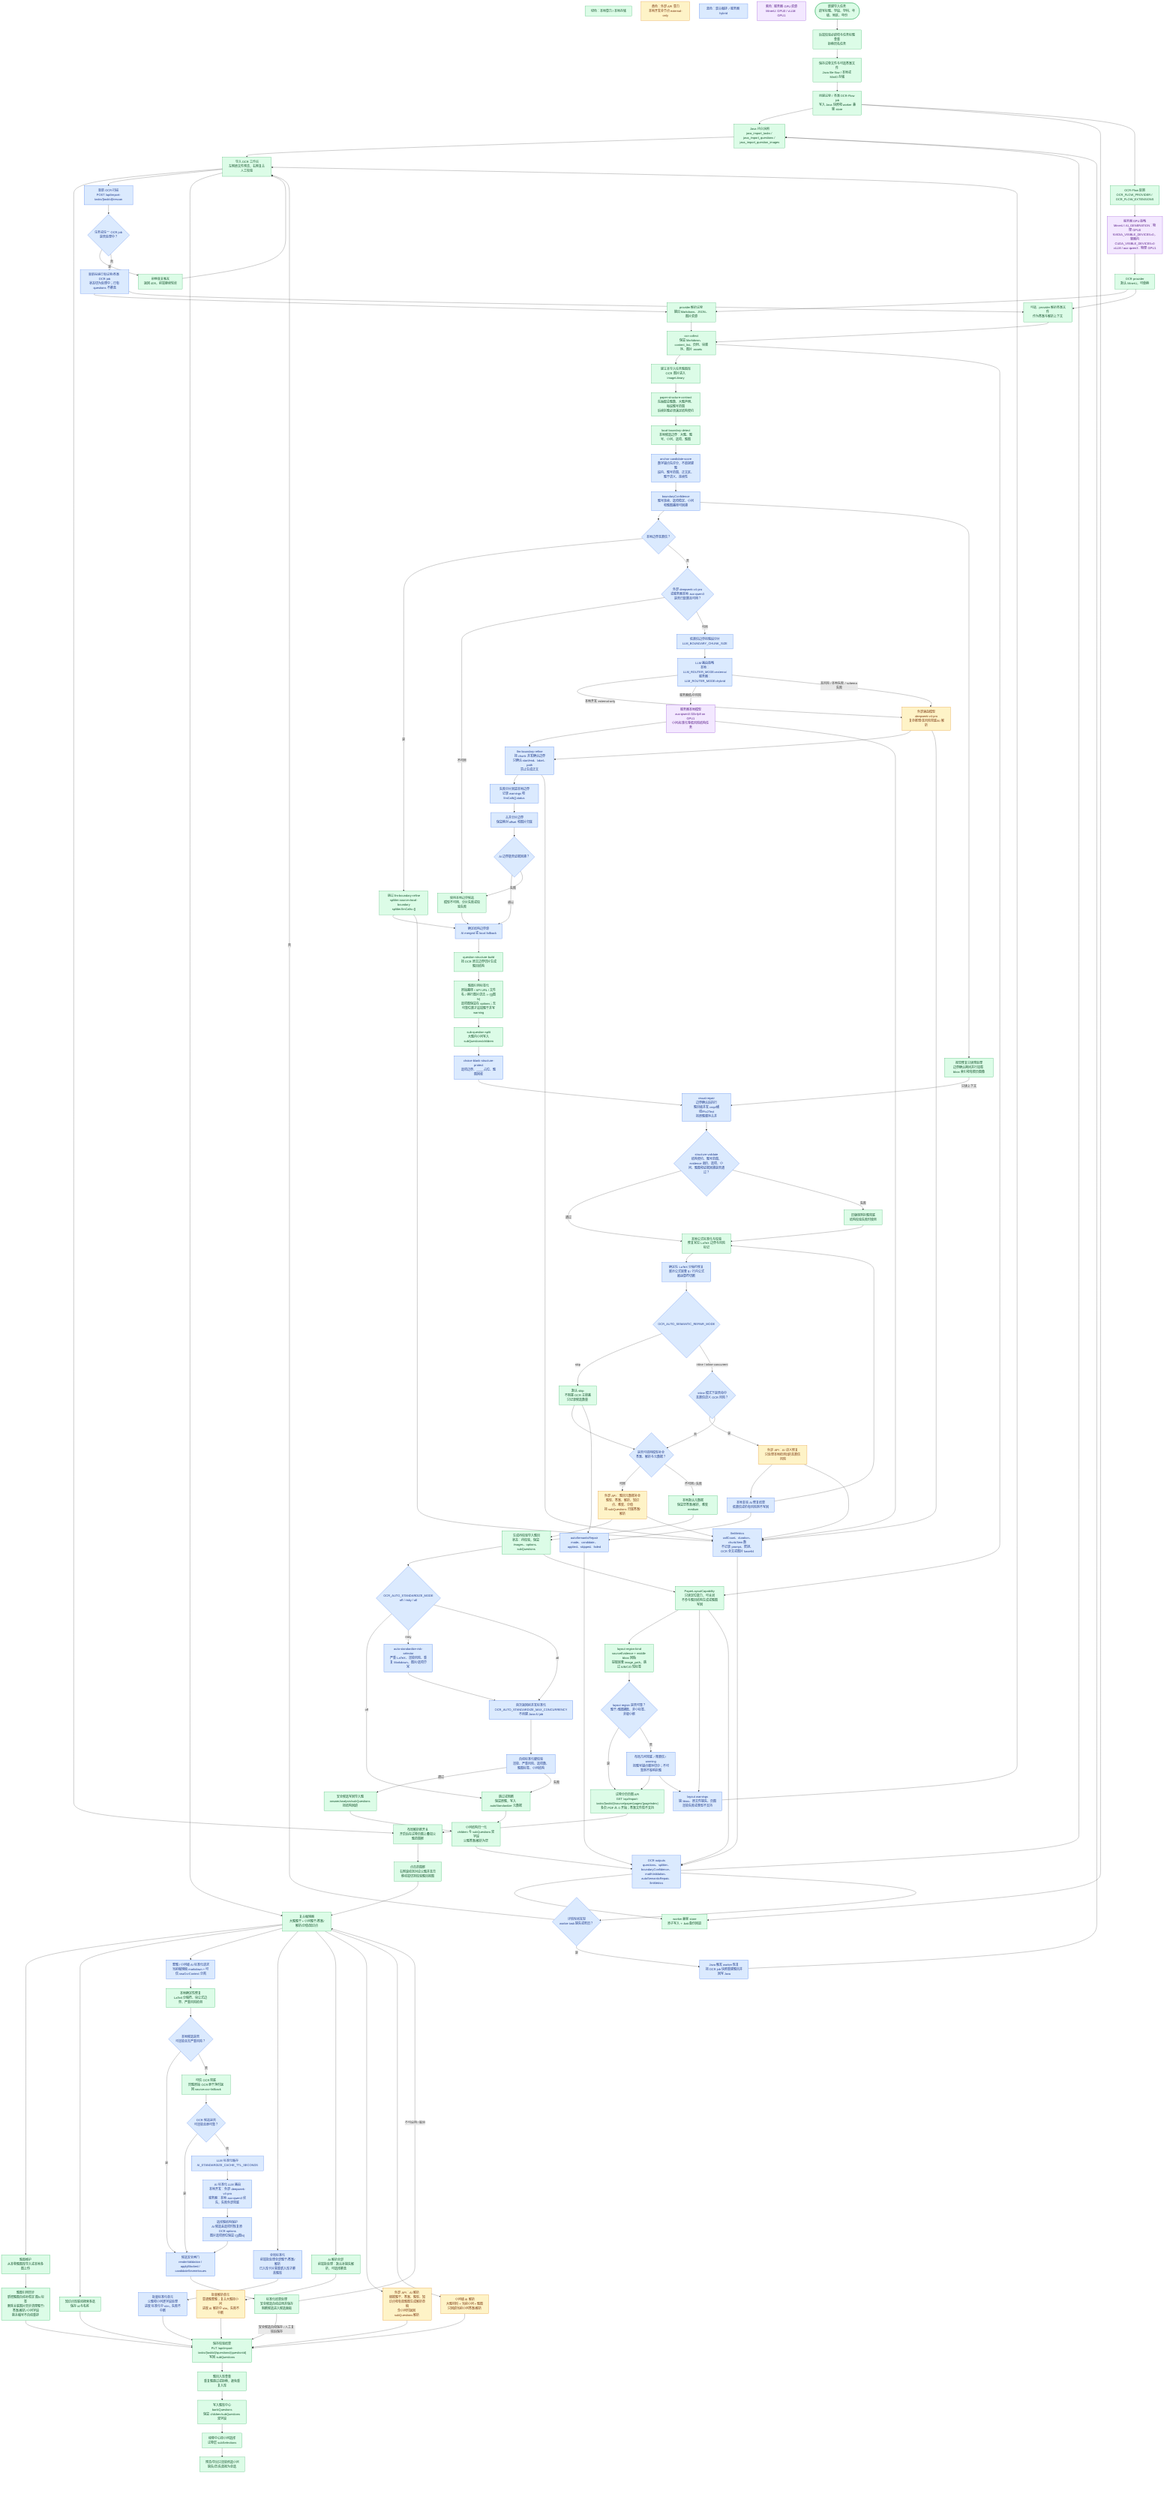
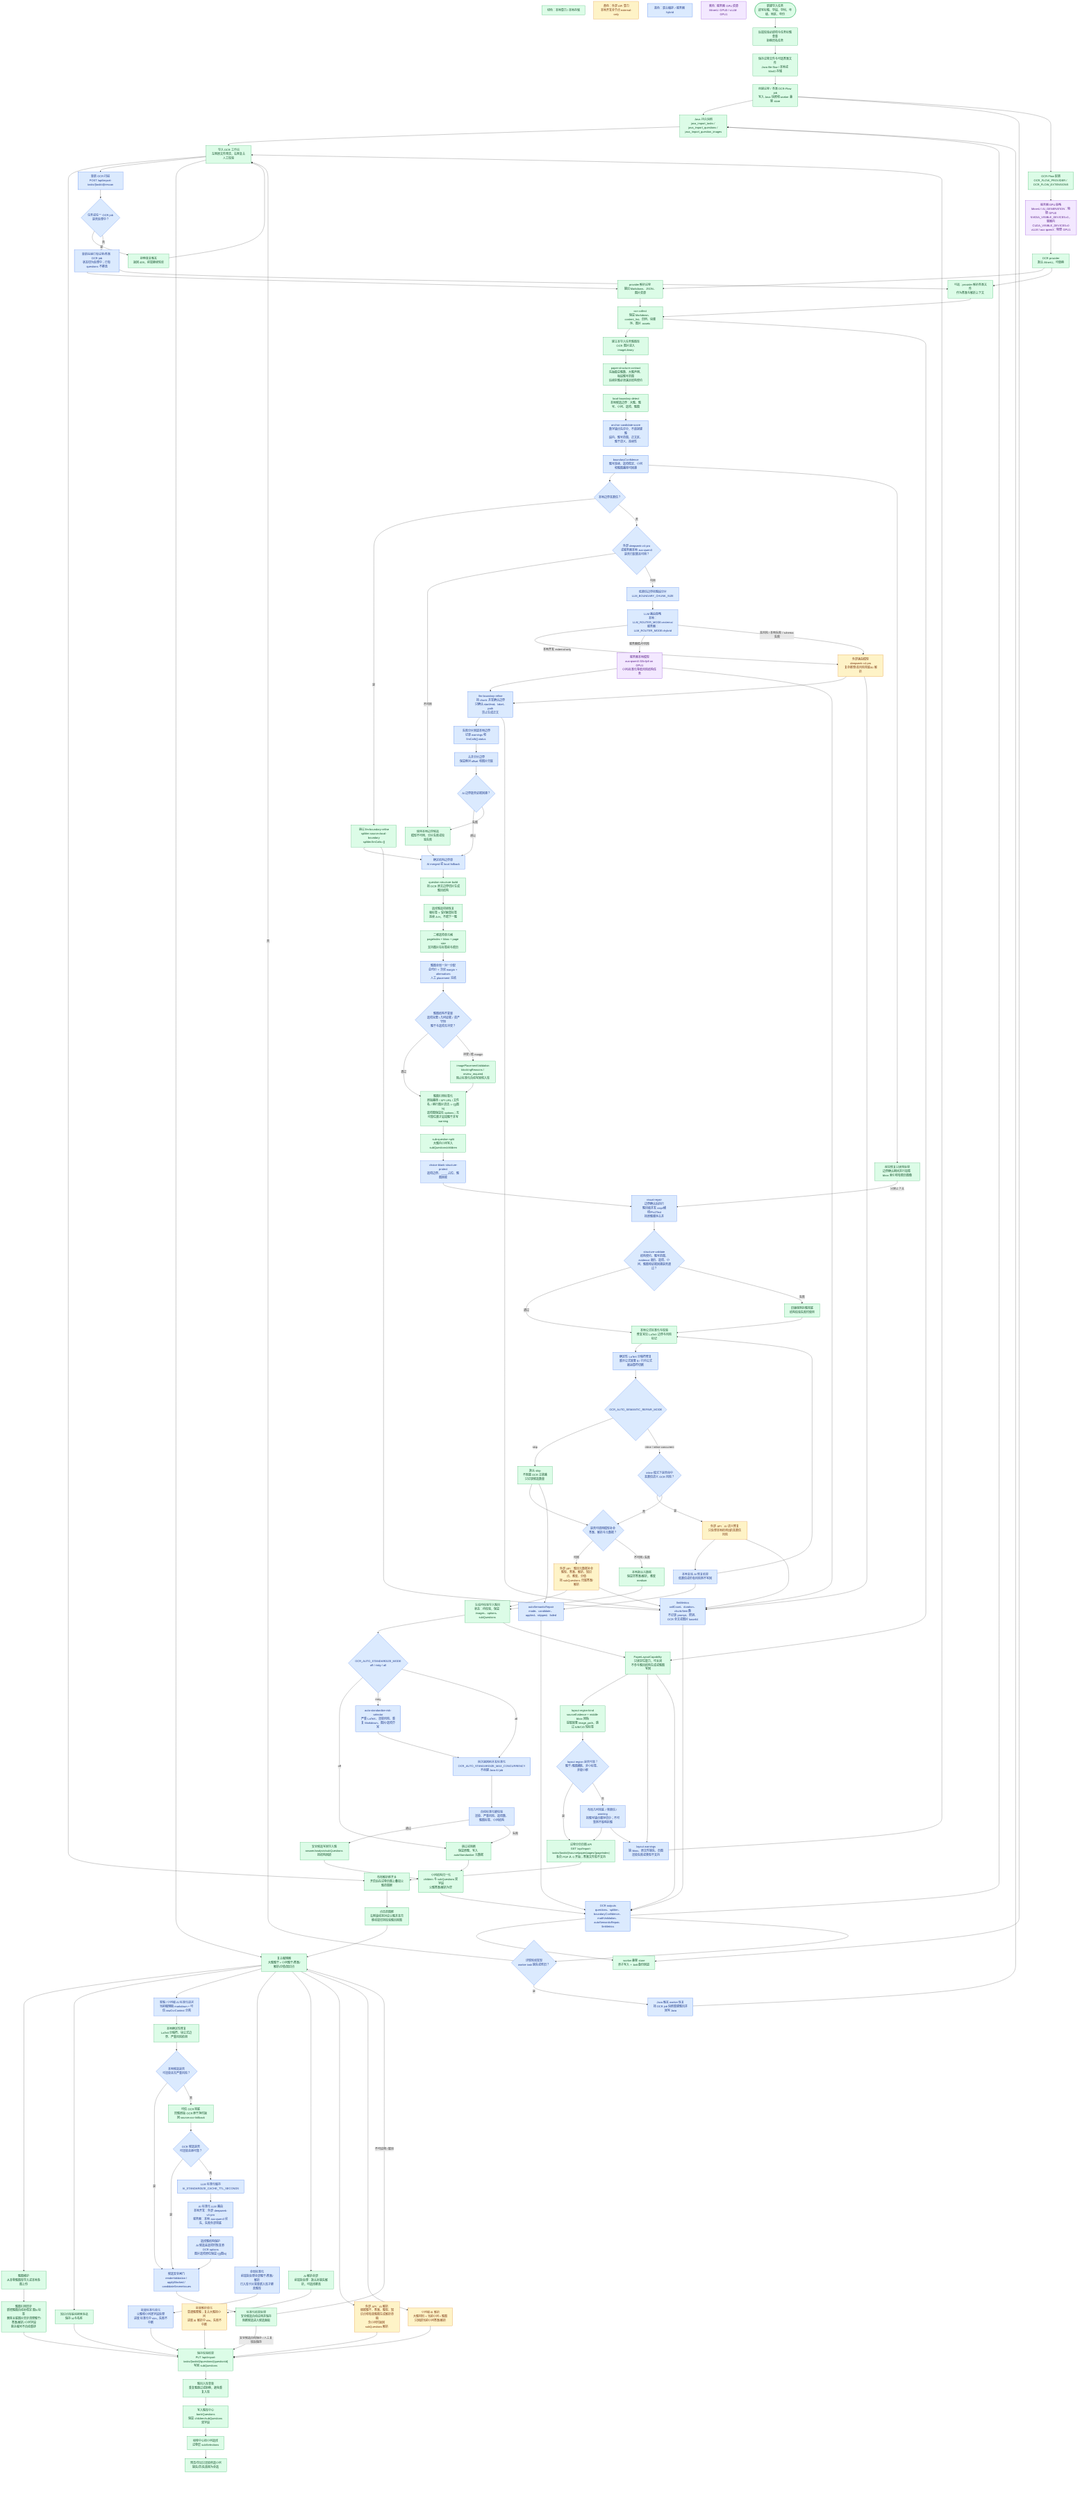
- %% Version: 2026-07-10 / product v16 / GlobalStandardize
+ %% Version: 2026-07-13 / product v17 / LayoutChoiceAssignment
%% Status: current-primary
%% Scope: authoritative end-to-end OCR-Flow algorithm, structure contract, LLM routing, first-return auto standardization, review, layout overlay isolation, rescan, global standardization, and AI assistance flow.
flowchart TD
  LegendLocal["绿色：本地算力 / 本地存储"]:::local
  LegendExternal["黄色：外部 API 算力<br/>本地开发全节点 external-only"]:::external
  LegendMixed["蓝色：混合编排 / 服务器 hybrid"]:::mixed
  LegendGpu["紫色：服务器 GPU 资源<br/>MinerU: GPU0 / vLLM: GPU1"]:::gpu

  Start(["新建导入任务<br/>填写标题、学段、学科、年级、地区、年份"]):::local
  Validate["后端校验必填项与任务标题查重<br/>拒绝同名任务"]:::local
  Upload["保存试卷文件与可选答案文件<br/>Java file-flow / 本地或 MinIO 存储"]:::local
  Jobs["创建试卷 / 答案 OCR-Flow job<br/>写入 Java 快照和 worker 兼容 store"]:::local
  JavaSnapshot["Java 持久快照<br/>java_import_tasks / java_import_questions / java_import_question_images"]:::local
  WorkerSafeStore["worker 兼容 store<br/>原子写入 + .bak 备份回退"]:::local
  FlowConfig["OCR-Flow 配置<br/>OCR_FLOW_PROVIDER / OCR_FLOW_EXTENSIONS"]:::local
  GpuPolicy["服务器 GPU 策略<br/>MinerU / AI_GENERATION：物理 GPU0<br/>NVIDIA_VISIBLE_DEVICES=0，容器内 CUDA_VISIBLE_DEVICES=0<br/>vLLM / aux-qwen3：物理 GPU1"]:::gpu
  Provider["OCR provider<br/>默认 MinerU，可替换"]:::local
  OcrPaper["provider 解析试卷<br/>输出 Markdown、JSON、图片资源"]:::local
  OcrAnswer["可选：provider 解析答案文件<br/>作为答案与解析上下文"]:::local
  Collect["ocr-collect<br/>保留 Markdown、content_list、页码、块顺序、图片 assets"]:::local
  ImageLibrary["建立本导入任务题图库<br/>OCR 图片进入 imageLibrary"]:::local

  StructureContract["paper-structure-contract<br/>先抽取总题数、大题声明、每段题号范围<br/>后续拆题必须满足结构契约"]:::local
  LocalBoundary["local-boundary-detect<br/>本地候选边界：大题、题号、小问、选项、题图"]:::local
  AnchorScore["anchor-candidate-score<br/>数字锚点先评分，不直接建题<br/>段内、题号范围、正文区、题干语义、连续性"]:::mixed
  BoundaryConfidence["boundaryConfidence<br/>题号连续、选项稳定、小问和题图路径可回溯"]:::mixed
  BoundaryHigh{"本地边界高置信？"}:::mixed
  BoundarySkip["跳过 llm-boundary-refine<br/>splitter.source=local-boundary<br/>splitter.llmCalls=[]"]:::local
  LlmAvailable{"外部 deepseek-v4-pro<br/>或服务器本地 aux-qwen3<br/>是否已配置且可用？"}:::mixed
  BoundaryChunks["低置信边界按题段分片<br/>LLM_BOUNDARY_CHUNK_SIZE"]:::mixed
  LlmRoutePolicy["LLM 路由策略<br/>本地：LLM_ROUTER_MODE=external<br/>服务器：LLM_ROUTER_MODE=hybrid"]:::mixed
  LocalAuxModel["服务器本地模型<br/>aux-qwen3-32b-fp8 on GPU1<br/>小问/标准化等低风险结构任务"]:::gpu
  ExternalFullModel["外部满血模型<br/>deepseek-v4-pro<br/>复杂推理/高风险兜底/AI 解析"]:::external
  VisualRepairPreload["视觉修复只读预处理<br/>边界确认期间并行加载 bbox 索引和有限页图像"]:::local
  LlmBoundary["llm-boundary-refine<br/>按 chunk 并发确认边界<br/>只确认 start/end、label、path<br/>禁止生成正文"]:::mixed
  ChunkFallback["失败分片回退本地边界<br/>记录 warnings 和 llmCalls[].status"]:::mixed
  MergeBoundary["合并分片边界<br/>保留绝对 offset 和图片归属"]:::mixed
  BoundaryValidate{"AI 边界能否证据回溯？"}:::mixed
  BoundaryLocalFallback["使用本地边界候选<br/>模型不可用、分片失败或校验失败"]:::local
  BoundarySource["确定结构边界源<br/>AI merged 或 local fallback"]:::mixed

  BuildByEvidence["question-structure-build<br/>按 OCR 原文边界切片生成题目结构"]:::local
+   ChoiceSequence["选择题选项链恢复<br/>强标签 + 受约束弱标签<br/>连续 A-H，不跨下一题"]:::local
+   ChoiceLayout["二维选项单元格<br/>pageIndex + bbox + page size<br/>支持图片在标签前与跨页"]:::local
+   GlobalImageAssignment["题图全局一对一分配<br/>总代价 + 次优 margin + alternatives<br/>人工 placement 冻结"]:::mixed
+   PlacementInvariant{"题图结构不变量<br/>选项完整 / 几何证据 / 资产守恒<br/>题干与选项无冲突？"}:::mixed
+   PlacementReview["imagePlacementValidation<br/>blockingReasons / review_required<br/>阻止标准化自动写回和入库"]:::local
  ImageCanonical["题图引用标签化<br/>原始路径 / API URL / 文件名 / 换行图片语法 -> ![](图N)<br/>选项图保留在 options；无可靠位置才追加题干并写 warning"]:::local
  SubSplit["sub-question-split<br/>大题内小问写入 subQuestions/children"]:::local
  ChoiceBlankProtect["choice-blank-structure-protect<br/>选项边界、____ 占位、题图回收"]:::mixed
  VisualRepair["visual-repair<br/>边界确认后执行<br/>题目级并发 crop/横线/Pix2Text<br/>按原题顺序合并"]:::mixed
  StructureValidate{"structure-validate<br/>结构契约、题号范围、evidence 起点、选项、小问、题图和证据回溯是否通过？"}:::mixed
  RuleFallback["旧版规则拆题兜底<br/>结构校验失败时使用"]:::local

  MathNormalize["本地公式标准化与校验<br/>修复常见 LaTeX 边界与风险标记"]:::local
  LatexDelimiter["确定性 LaTeX 分隔符修复<br/>展示公式嵌套 $ / 行内公式被运算符切断"]:::mixed
  AutoRepairMode{"OCR_AUTO_SEMANTIC_REPAIR_MODE"}:::mixed
  AutoRepairSkip["默认 skip<br/>不阻塞 OCR 主链路<br/>只记录候选数量"]:::local
  SemanticRisk{"inline 模式下是否命中<br/>高置信语义 OCR 风险？"}:::mixed
  SemanticApi["外部 API：AI 语义修复<br/>只处理本地检测出的高置信风险"]:::external
  SemanticVerify["本地复核 AI 修复结果<br/>低置信或仍有风险则不写回"]:::mixed

  MetadataDecision{"是否可调用模型补全<br/>答案、解析与元数据？"}:::mixed
  MetadataApi["外部 API：题目元数据补全<br/>题型、答案、解析、知识点、难度、分值<br/>按 subQuestions 归属答案/解析"]:::external
  MetadataFallback["本地默认元数据<br/>保留空答案/解析，难度 medium"]:::local
  BuildQuestions["生成待校验导入题目<br/>状态：待校验，保留 images、options、subQuestions"]:::local
  AutoStdMode{"OCR_AUTO_STANDARDIZE_MODE<br/>off / risky / all"}:::mixed
  AutoStdRisk["auto-standardize-risk-selector<br/>严重 LaTeX、渲染风险、重复 Markdown、图片/选项异常"]:::mixed
  AutoStdConcurrent["首次返回前并发标准化<br/>OCR_AUTO_STANDARDIZE_MAX_CONCURRENCY<br/>不创建 Java AI job"]:::mixed
  AutoStdGate["自动标准化硬校验<br/>渲染、严重风险、选项数、题图标签、小问结构"]:::mixed
  AutoStdApply["安全候选写回导入题<br/>answer/analysis/subQuestions 按结构回填"]:::local
  AutoStdSkip["跳过或阻断<br/>保留原题，写入 autoStandardize 元数据"]:::local
  PaperLayoutBuild["PaperLayoutCapability<br/>只读定位能力，可关闭<br/>不参与题目结构生成或题图写回"]:::local
  PaperLayoutBind["layout-region-bind<br/>sourceEvidence + middle bbox 回贴<br/>提取嵌套 image_path，跳过 A/B/C/D 短标签"]:::local
  PaperLayoutReliable{"layout region 是否可靠？<br/>题干/题图覆盖、非小标签、非极小框"}:::mixed
  PaperLayoutFallback["布局几何兜底 / 降置信 / warning<br/>按题号锚点顺序切分；不可靠则不影响拆题"]:::mixed
  PaperPageApi["试卷分页页图 API<br/>GET /api/import-tasks/{taskId}/source/paper/pages/{pageIndex}<br/>多页 PDF 从 0 开始；答案文件暂不支持"]:::local
  PaperLayoutWarnings["layout warnings<br/>缺 bbox、原文件缺失、页图渲染失败或类型不支持"]:::mixed
  SubQuestionNormalize["小问结构归一化<br/>children 与 subQuestions 双字段<br/>父题答案/解析为空"]:::local
  AutoRepairSummary["autoSemanticRepair<br/>mode、candidate、applied、skipped、failed"]:::mixed
  LlmMetrics["llmMetrics<br/>callCount、duration、chunk/item 数<br/>不记录 prompt、密钥、OCR 全文或图片 base64"]:::mixed
  OcrOutputs["OCR outputs<br/>questions、splitter、boundaryConfidence、mathValidation、autoSemanticRepair、llmMetrics"]:::mixed
  DetailRecovery{"详情轮询发现<br/>worker task 缺失或陈旧？"}:::mixed
  RecoverFromOcr["Java 触发 worker 恢复<br/>按 OCR job 快照重建题目并回写 Java"]:::mixed

  Workbench["导入 OCR 工作台<br/>左侧原文件预览，右侧复合人工校验"]:::local
  LayoutToggle["布局解析框开关<br/>开启后在试卷页图上叠加父题范围框"]:::local
  LayoutClick["点击范围框<br/>右侧滚动到对应父题并高亮<br/>移动端切到校验题目视图"]:::local
  RescanRequest["重新 OCR 扫描<br/>POST /api/import-tasks/{taskId}/rescan"]:::mixed
  RescanGuard{"任务或任一 OCR job<br/>是否处理中？"}:::mixed
  RescanReject["拒绝重复触发<br/>返回 409，前端继续轮询"]:::local
  RescanRetry["重新投递已有试卷/答案 OCR job<br/>状态切为处理中；已有 questions 不覆盖"]:::mixed
  ManualEdit["复合编辑器<br/>大题题干 + 小问题干/答案/解析/分值/知识点"]:::local
  BatchStdAll["全局标准化<br/>前端批处理全部题干/答案/解析<br/>已入库卡片需重新入库才覆盖题库"]:::mixed
  BatchStdUnits["批量标准化单元<br/>父题和小问逐字段处理<br/>进度 标准化中 n/m，失败不中断"]:::mixed
  BatchAiAll["AI 解析全部<br/>前端批处理：默认补缺失解析，可选择覆盖"]:::local
  BatchAiUnits["批量解析单元<br/>普通题整题；复合大题按小问<br/>进度 AI 解析中 n/m，失败不中断"]:::external
  AddImages["题图维护<br/>从本卷题图库导入或本地多图上传"]:::local
  ImageMarkdown["题图引用同步<br/>新增题图自动补稳定 图N 标签<br/>删除关联图片同步清理题干/答案/解析/小问字段<br/>剩余编号不自动重排"]:::local
  KnowledgePick["知识点库联动搜索多选<br/>保存 id 与名称"]:::local

  StdStart["整题 / 小问级 AI 标准化请求<br/>当前编辑稿 markdown + 可信 rawOcrContext 分离"]:::mixed
  StdLocal["本地确定性修复<br/>LaTeX 分隔符、块公式边界、严重风险检测"]:::local
  StdLocalSafe{"本地候选是否<br/>可渲染且无严重风险？"}:::mixed
  StdOcr["可信 OCR 兜底<br/>同题原始 OCR 更干净时返回 source=ocr-fallback"]:::local
  StdOcrSafe{"OCR 候选是否<br/>可渲染且更可靠？"}:::mixed
  StdCache["LLM 标准化缓存<br/>AI_STANDARDIZE_CACHE_TTL_SECONDS"]:::mixed
  StdApi["AI 标准化 LLM 路由<br/>本地开发：外部 deepseek-v4-pro<br/>服务器：本地 aux-qwen3 优先，失败外部兜底"]:::mixed
  StdChoiceGuard["选择题结构保护<br/>AI 候选丢选项时恢复原 OCR options<br/>图片选项原位保留 ![](图N)"]:::mixed
  StdGate["候选安全闸门<br/>renderValidation / applyBlocked / candidateSevereIssues"]:::mixed
  StdPanel["标准化结果处理<br/>安全候选自动应用并保存<br/>阻断候选进入候选面板"]:::local

  AiAnalysis["外部 API：AI 解析<br/>根据题干、答案、题型、知识点和有效题图生成解析草稿<br/>含小问时返回 subQuestions 解析"]:::external
  SubAiAnalysis["小问级 AI 解析<br/>大题材料 + 当前小问 + 题图<br/>只回填当前小问答案/解析"]:::external
  SaveReview["保存校验结果<br/>PUT /api/import-tasks/{taskId}/questions/{questionId}<br/>写回 subQuestions"]:::local
  BankDedup["题目入库查重<br/>重复题跳过或拒绝，避免重复入库"]:::local
  Bank["写入题库中心 bankQuestions<br/>保留 children/subQuestions 双字段"]:::local
  PaperSelect["组卷中心按小问选择<br/>试卷层 subSelections"]:::local
  PaperPreview["预览/导出只渲染所选小问<br/>缺失/空/失效视为全选"]:::local

  Start --> Validate --> Upload --> Jobs
  Jobs --> JavaSnapshot
  Jobs --> WorkerSafeStore
  Jobs --> FlowConfig --> GpuPolicy --> Provider
  Provider --> OcrPaper --> Collect
  Provider --> OcrAnswer --> Collect
  Collect --> ImageLibrary --> StructureContract --> LocalBoundary --> AnchorScore --> BoundaryConfidence --> BoundaryHigh
  BoundaryConfidence --> VisualRepairPreload
  BoundaryHigh -- "是" --> BoundarySkip --> BoundarySource
  BoundaryHigh -- "否" --> LlmAvailable
  LlmAvailable -- "不可用" --> BoundaryLocalFallback --> BoundarySource
  LlmAvailable -- "可用" --> BoundaryChunks --> LlmRoutePolicy
  LlmRoutePolicy -- "本地开发 external-only" --> ExternalFullModel --> LlmBoundary
  LlmRoutePolicy -- "服务器低/中风险" --> LocalAuxModel --> LlmBoundary
  LlmRoutePolicy -- "高风险 / 本地失败 / schema 失败" --> ExternalFullModel
  LlmBoundary --> ChunkFallback --> MergeBoundary --> BoundaryValidate
  BoundaryValidate -- "通过" --> BoundarySource
  BoundaryValidate -- "失败" --> BoundaryLocalFallback
  BoundarySource --> BuildByEvidence
-   BuildByEvidence --> ImageCanonical --> SubSplit --> ChoiceBlankProtect --> VisualRepair --> StructureValidate
+   BuildByEvidence --> ChoiceSequence --> ChoiceLayout --> GlobalImageAssignment --> PlacementInvariant
+   PlacementInvariant -- "通过" --> ImageCanonical
+   PlacementInvariant -- "冲突 / 低 margin" --> PlacementReview --> ImageCanonical
+   ImageCanonical --> SubSplit --> ChoiceBlankProtect --> VisualRepair --> StructureValidate
  VisualRepairPreload -- "只读上下文" --> VisualRepair
  StructureValidate -- "通过" --> MathNormalize
  StructureValidate -- "失败" --> RuleFallback --> MathNormalize
  MathNormalize --> LatexDelimiter --> AutoRepairMode
  AutoRepairMode -- "skip" --> AutoRepairSkip --> MetadataDecision
  AutoRepairMode -- "inline / inline-concurrent" --> SemanticRisk
  SemanticRisk -- "是" --> SemanticApi --> SemanticVerify --> MathNormalize
  SemanticRisk -- "否" --> MetadataDecision
  MetadataDecision -- "可用" --> MetadataApi --> BuildQuestions
  MetadataDecision -- "不可用 / 失败" --> MetadataFallback --> BuildQuestions
  BuildQuestions --> AutoStdMode
  AutoStdMode -- "off" --> AutoStdSkip --> SubQuestionNormalize
  AutoStdMode -- "risky" --> AutoStdRisk --> AutoStdConcurrent
  AutoStdMode -- "all" --> AutoStdConcurrent
  AutoStdConcurrent --> AutoStdGate
  AutoStdGate -- "通过" --> AutoStdApply --> SubQuestionNormalize
  AutoStdGate -- "失败" --> AutoStdSkip
  SubQuestionNormalize --> OcrOutputs
  BuildQuestions --> PaperLayoutBuild
  Collect --> PaperLayoutBuild
  PaperLayoutBuild --> PaperLayoutBind --> PaperLayoutReliable
  PaperLayoutReliable -- "是" --> PaperPageApi
  PaperLayoutReliable -- "否" --> PaperLayoutFallback --> PaperPageApi
  PaperLayoutFallback --> PaperLayoutWarnings
  PaperLayoutBuild --> PaperLayoutWarnings
  PaperLayoutBuild --> OcrOutputs
  BoundarySkip --> LlmMetrics
  LlmBoundary --> LlmMetrics
  LocalAuxModel --> LlmMetrics
  ExternalFullModel --> LlmMetrics
  SemanticApi --> LlmMetrics
  MetadataApi --> LlmMetrics
  AutoRepairSkip --> AutoRepairSummary --> OcrOutputs
  SemanticVerify --> AutoRepairSummary
  LlmMetrics --> OcrOutputs
  OcrOutputs --> JavaSnapshot
  OcrOutputs --> WorkerSafeStore
  OcrOutputs --> DetailRecovery
  DetailRecovery -- "是" --> RecoverFromOcr --> JavaSnapshot --> Workbench
  DetailRecovery -- "否" --> Workbench
  PaperPageApi --> LayoutToggle
  PaperLayoutWarnings --> Workbench
  Workbench --> LayoutToggle --> LayoutClick --> ManualEdit
  Workbench --> RescanRequest --> RescanGuard
  RescanGuard -- "是" --> RescanReject --> Workbench
  RescanGuard -- "否" --> RescanRetry --> OcrPaper
  RescanRetry --> OcrAnswer
  Workbench --> ManualEdit
  ManualEdit --> AddImages --> ImageMarkdown --> SaveReview
  ManualEdit --> KnowledgePick --> SaveReview
  ManualEdit --> StdStart --> StdLocal --> StdLocalSafe
  StdLocalSafe -- "是" --> StdGate
  StdLocalSafe -- "否" --> StdOcr --> StdOcrSafe
  StdOcrSafe -- "是" --> StdGate
  StdOcrSafe -- "否" --> StdCache --> StdApi --> StdChoiceGuard --> StdGate
  StdGate --> StdPanel
  StdPanel -- "安全候选自动保存 / 人工复核后保存" --> SaveReview
  StdPanel -- "不可应用 / 取消" --> ManualEdit
  ManualEdit --> BatchStdAll --> BatchStdUnits --> SaveReview
  ManualEdit --> BatchAiAll --> BatchAiUnits --> SaveReview
  ManualEdit --> AiAnalysis --> SaveReview
  ManualEdit --> SubAiAnalysis --> SaveReview
  SaveReview --> BankDedup --> Bank --> PaperSelect --> PaperPreview

  classDef local fill:#dcfce7,stroke:#16a34a,color:#14532d,stroke-width:1px;
  classDef external fill:#fef3c7,stroke:#d97706,color:#78350f,stroke-width:1px;
  classDef mixed fill:#dbeafe,stroke:#2563eb,color:#1e3a8a,stroke-width:1px;
  classDef gpu fill:#f3e8ff,stroke:#7e22ce,color:#581c87,stroke-width:1px;
